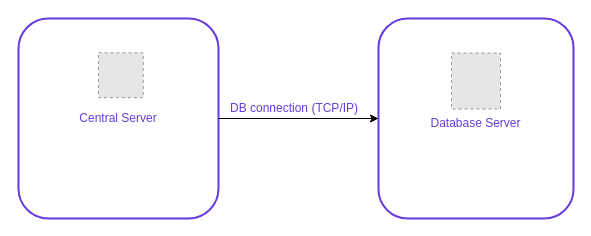
Before: doc/Manuals/img/ig-cs_remote_db.drawio in nordic-institute/X-Road, a draw.io diagram. Source tidied: cells renumbered, new cells numbered last; positions are measured from the earlier drawing's top-left corner, leaving out a move shared by most shapes. Both pictures are drawn from the tidied source at 100%, with x=0, y=0 at pixel (18, 18). Pictures stored in the file or linked from it are replaced by grey dashed boxes.
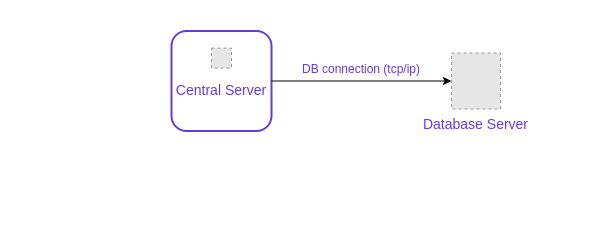
After the change.

Diff of the diagram source:
```diff
@@
 <mxGraphModel>
   <root>
     <mxCell id="0" />
     <mxCell id="1" parent="0" />
-    <mxCell id="2" style="group;" parent="1" vertex="1">
-      <mxGeometry width="200" height="200" as="geometry" />
-    </mxCell>
+    <mxCell id="9" style="group;fontSize=14;fontColor=#663CDC;" parent="1" vertex="1">
+      <mxGeometry x="153" y="12.5" width="100" height="100" as="geometry" />
+    </mxCell>
-    <mxCell id="3" value="&lt;font color=&quot;#663cdc&quot;&gt;Central&amp;nbsp;Server&lt;/font&gt;" style="rounded=1;whiteSpace=wrap;html=1;strokeWidth=2;fillColor=none;strokeColor=#663CDC;" parent="2" vertex="1">
-      <mxGeometry width="200" height="200" as="geometry" />
+    <mxCell id="3" value="&#10;Central Server" style="rounded=1;strokeWidth=2;fillColor=none;strokeColor=#663CDC;fontSize=14;fontColor=#663CDC;" parent="9" vertex="1">
+      <mxGeometry width="100" height="100" as="geometry" />
     </mxCell>
-    <mxCell id="4" style="fillColor=#E6E6E6;strokeColor=#999999;dashed=1;verticalLabelPosition=bottom;labelBackgroundColor=#ffffff;verticalAlign=top;" parent="2" vertex="1">
-      <mxGeometry x="80" y="34.3" width="44.8" height="44.8" as="geometry" />
-    </mxCell>
-    <mxCell id="5" style="rounded=1;whiteSpace=wrap;html=1;strokeWidth=2;strokeColor=#663CDC;fillColor=none;" parent="1" vertex="1">
-      <mxGeometry x="360" width="195" height="200" as="geometry" />
-    </mxCell>
+    <mxCell id="10" style="fillColor=#E6E6E6;strokeColor=#999999;dashed=1;verticalLabelPosition=bottom;labelBackgroundColor=#ffffff;verticalAlign=top;fontSize=14;fontColor=#663CDC;" parent="9" vertex="1">
+      <mxGeometry x="40" y="17.1" width="20" height="20" as="geometry" />
+    </mxCell>
-    <mxCell id="6" value="Database Server" style="fillColor=#E6E6E6;strokeColor=#999999;dashed=1;verticalLabelPosition=bottom;labelBackgroundColor=#ffffff;verticalAlign=top;fontColor=#663CDC;" parent="1" vertex="1">
+    <mxCell id="6" value="Database Server" style="fillColor=#E6E6E6;strokeColor=#999999;dashed=1;verticalLabelPosition=bottom;labelBackgroundColor=#ffffff;verticalAlign=top;fontSize=14;fontColor=#663CDC;" parent="1" vertex="1">
       <mxGeometry x="433" y="34.5" width="49" height="56" as="geometry" />
     </mxCell>
-    <mxCell id="7" style="edgeStyle=orthogonalEdgeStyle;rounded=0;jettySize=auto;html=1;entryX=0;entryY=0.5;entryDx=0;entryDy=0;fontColor=#663CDC;" parent="1" edge="1" source="3" target="5">
-      <mxGeometry relative="1" as="geometry" />
-    </mxCell>
-    <mxCell id="8" value="DB connection (TCP/IP)" style="text;html=1;fontColor=#663CDC;" parent="1" vertex="1">
-      <mxGeometry x="210" y="75.5" width="150" height="30" as="geometry" />
-    </mxCell>
+    <mxCell id="11" value="DB connection (tcp/ip)" style="edgeStyle=orthogonalEdgeStyle;rounded=0;jettySize=auto;entryX=0;entryY=0.5;entryDx=0;entryDy=0;fontSize=12;fontColor=#663CDC;" parent="1" edge="1" source="3" target="6">
+      <mxGeometry y="13" relative="1" as="geometry" />
+    </mxCell>
   </root>
 </mxGraphModel>
```
